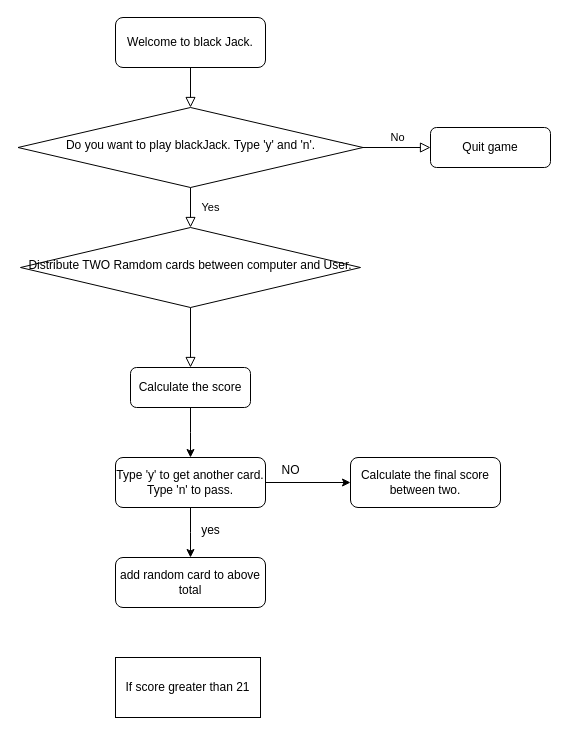
sree7k7/drawings keeps this draw.io diagram as blackjack.drawio. Above is the earlier version. Source tidied: cells renumbered, new cells numbered last; positions are measured from the earlier drawing's top-left corner, leaving out a move shared by most shapes. Both pictures are drawn from the tidied source at 100%, with x=0, y=0 at pixel (18, 17).
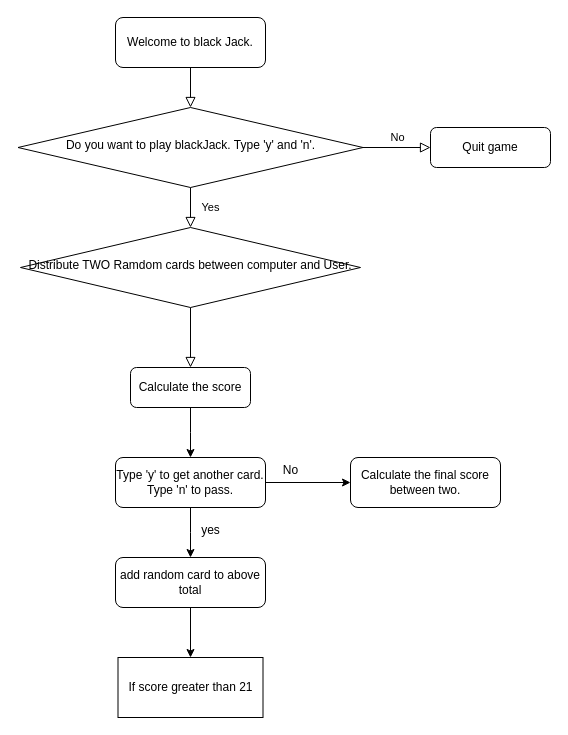
The same diagram, later.

Unchanged cells that the change refers to:
```xml
<mxCell id="18" value="add random card to above total" style="rounded=1;whiteSpace=wrap;html=1;fontSize=12;glass=0;strokeWidth=1;shadow=0;" parent="1" vertex="1">
  <mxGeometry x="97" y="540" width="150" height="50" as="geometry" />
</mxCell>
```

Change to the diagram source:
```diff
@@
-    <mxCell id="16" value="NO" style="text;html=1;align=center;verticalAlign=middle;strokeColor=none;fillColor=none;" parent="1" vertex="1">
+    <mxCell id="16" value="No" style="text;html=1;align=center;verticalAlign=middle;strokeColor=none;fillColor=none;" parent="1" vertex="1">
       <mxGeometry x="252" y="438" width="40" height="30" as="geometry" />
     </mxCell>
@@
+    <mxCell id="20" style="edgeStyle=orthogonalEdgeStyle;rounded=0;jettySize=auto;html=1;entryX=0.5;entryY=0;entryDx=0;entryDy=0;" parent="1" edge="1" source="18" target="19">
+      <mxGeometry relative="1" as="geometry" />
+    </mxCell>
@@
     <mxCell id="19" value="If score greater than 21" style="whiteSpace=wrap;html=1;" parent="1" vertex="1">
-      <mxGeometry x="97" y="640" width="145" height="60" as="geometry" />
+      <mxGeometry x="99.5" y="640" width="145" height="60" as="geometry" />
     </mxCell>
```
